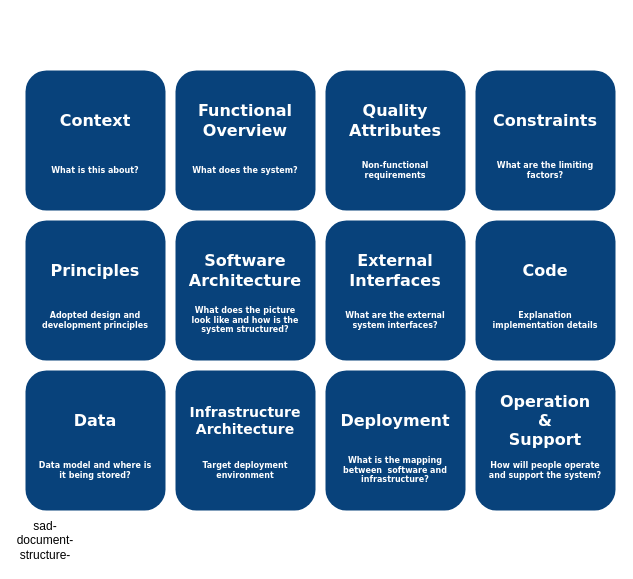
soartech/jsoar keeps this draw.io diagram as page "sad-document-structure" (1 of 2) of docs/images/sad.drawio. Above is the earlier version. Source tidied: cells renumbered, new cells numbered last; positions are measured from the earlier drawing's top-left corner, leaving out a move shared by most shapes. Both pictures are drawn from the tidied source at 100%, with x=0, y=0 at pixel (25, 17).
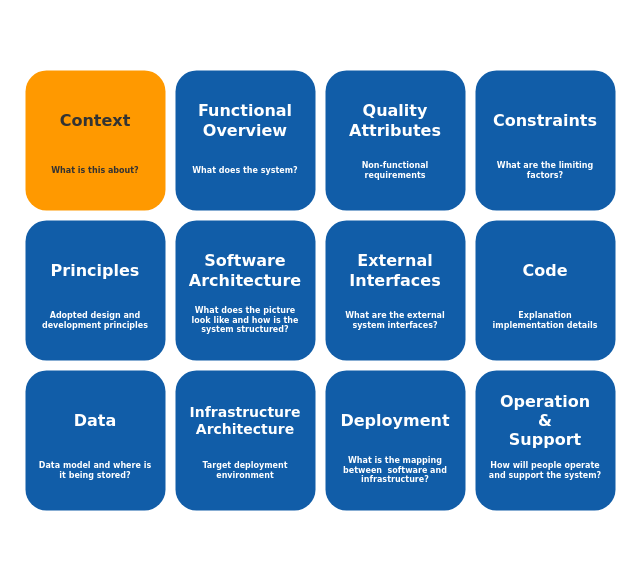
After the change.

Commit message:
Experimenting with house colors for documentation

Unchanged cells that the change refers to:
```xml
<mxCell id="8" style="group;" parent="1" vertex="1">
  <mxGeometry x="150" y="53" width="140" height="140" as="geometry" />
</mxCell>
<mxCell id="12" style="group;" parent="1" vertex="1">
  <mxGeometry x="300" y="53" width="140" height="140" as="geometry" />
</mxCell>
<mxCell id="16" style="group;" parent="1" vertex="1">
  <mxGeometry x="450" y="53" width="140" height="140" as="geometry" />
</mxCell>
<mxCell id="20" style="group;" parent="1" vertex="1">
  <mxGeometry y="203" width="140" height="140" as="geometry" />
</mxCell>
<mxCell id="24" style="group;" parent="1" vertex="1">
  <mxGeometry x="150" y="203" width="140" height="140" as="geometry" />
</mxCell>
<mxCell id="28" style="group;" parent="1" vertex="1">
  <mxGeometry x="300" y="203" width="140" height="140" as="geometry" />
</mxCell>
<mxCell id="32" style="group;" parent="1" vertex="1">
  <mxGeometry x="450" y="203" width="140" height="140" as="geometry" />
</mxCell>
<mxCell id="36" style="group;" parent="1" vertex="1">
  <mxGeometry y="353" width="140" height="140" as="geometry" />
</mxCell>
<mxCell id="40" style="group;" parent="1" vertex="1">
  <mxGeometry x="150" y="353" width="140" height="140" as="geometry" />
</mxCell>
<mxCell id="44" style="group;" parent="1" vertex="1">
  <mxGeometry x="300" y="353" width="140" height="140" as="geometry" />
</mxCell>
<mxCell id="48" style="group;" parent="1" vertex="1">
  <mxGeometry x="450" y="353" width="140" height="140" as="geometry" />
</mxCell>
```

What changed in the source:
```diff
@@
-    <mxCell id="3" value="sad-document-structure-" style="text;html=1;strokeColor=none;fillColor=none;align=center;verticalAlign=middle;whiteSpace=wrap;rounded=0;" parent="1" vertex="1">
-      <mxGeometry y="513" width="40" height="20" as="geometry" />
-    </mxCell>
-    <mxCell id="4" style="group;" parent="1" vertex="1">
+    <mxCell id="4" style="group;sketch=1;" parent="1" vertex="1">
       <mxGeometry y="53" width="140" height="140" as="geometry" />
     </mxCell>
-    <mxCell id="5" style="whiteSpace=wrap;html=1;fontColor=#FFFFFF;fillColor=#08427B;fontFamily=Verdana;fontStyle=1;rounded=1;strokeColor=none;" parent="4" vertex="1">
+    <mxCell id="5" style="whiteSpace=wrap;html=1;fontColor=#FFFFFF;fontFamily=Verdana;fontStyle=1;rounded=1;strokeColor=none;fillColor=#FF9900;sketch=0;" parent="4" vertex="1">
       <mxGeometry width="140" height="140" as="geometry" />
     </mxCell>
-    <mxCell id="6" value="Context" style="text;html=1;strokeColor=none;fillColor=none;align=center;verticalAlign=middle;whiteSpace=wrap;rounded=0;shadow=0;glass=0;comic=0;fontFamily=Verdana;fontColor=#FFFFFF;fontStyle=1;fontSize=16;" parent="4" vertex="1">
+    <mxCell id="6" value="Context" style="text;html=1;strokeColor=none;fillColor=none;align=center;verticalAlign=middle;whiteSpace=wrap;rounded=0;shadow=0;glass=0;comic=0;fontFamily=Verdana;fontStyle=1;fontSize=16;fontColor=#333333;" parent="4" vertex="1">
       <mxGeometry x="10" y="20" width="120" height="60" as="geometry" />
     </mxCell>
-    <mxCell id="7" value="What is this about?" style="text;html=1;strokeColor=none;fillColor=none;align=center;verticalAlign=middle;whiteSpace=wrap;rounded=0;shadow=0;glass=0;comic=0;fontFamily=Verdana;fontSize=8;fontColor=#FFFFFF;fontStyle=1;" parent="4" vertex="1">
+    <mxCell id="7" value="What is this about?" style="text;html=1;strokeColor=none;fillColor=none;align=center;verticalAlign=middle;whiteSpace=wrap;rounded=0;shadow=0;glass=0;comic=0;fontFamily=Verdana;fontSize=8;fontStyle=1;fontColor=#333333;" parent="4" vertex="1">
       <mxGeometry x="10" y="80" width="120" height="40" as="geometry" />
     </mxCell>
@@
-    <mxCell id="9" style="whiteSpace=wrap;html=1;fontColor=#FFFFFF;fillColor=#08427B;fontFamily=Verdana;fontStyle=1;rounded=1;strokeColor=none;glass=0;comic=0;shadow=0;gradientColor=none;" parent="8" vertex="1">
+    <mxCell id="9" style="whiteSpace=wrap;html=1;fontColor=#FFFFFF;fontFamily=Verdana;fontStyle=1;rounded=1;strokeColor=none;glass=0;comic=0;shadow=0;gradientColor=none;fillColor=#115DA8;" parent="8" vertex="1">
       <mxGeometry width="140" height="140" as="geometry" />
     </mxCell>
@@
-    <mxCell id="13" style="whiteSpace=wrap;html=1;fontColor=#FFFFFF;fillColor=#08427B;fontFamily=Verdana;fontStyle=1;rounded=1;strokeColor=none;glass=0;comic=0;shadow=0;gradientColor=none;" parent="12" vertex="1">
+    <mxCell id="13" style="whiteSpace=wrap;html=1;fontColor=#FFFFFF;fontFamily=Verdana;fontStyle=1;rounded=1;strokeColor=none;glass=0;comic=0;shadow=0;gradientColor=none;fillColor=#115DA8;" parent="12" vertex="1">
       <mxGeometry width="140" height="140" as="geometry" />
     </mxCell>
@@
-    <mxCell id="17" style="whiteSpace=wrap;html=1;fontColor=#FFFFFF;fillColor=#08427B;fontFamily=Verdana;fontStyle=1;rounded=1;strokeColor=none;glass=0;comic=0;shadow=0;gradientColor=none;" parent="16" vertex="1">
+    <mxCell id="17" style="whiteSpace=wrap;html=1;fontColor=#FFFFFF;fontFamily=Verdana;fontStyle=1;rounded=1;strokeColor=none;glass=0;comic=0;shadow=0;gradientColor=none;fillColor=#115DA8;" parent="16" vertex="1">
       <mxGeometry width="140" height="140" as="geometry" />
     </mxCell>
@@
-    <mxCell id="21" style="whiteSpace=wrap;html=1;fontColor=#FFFFFF;fillColor=#08427B;fontFamily=Verdana;fontStyle=1;rounded=1;strokeColor=none;" parent="20" vertex="1">
+    <mxCell id="21" style="whiteSpace=wrap;html=1;fontColor=#FFFFFF;fontFamily=Verdana;fontStyle=1;rounded=1;strokeColor=none;fillColor=#115DA8;sketch=0;glass=0;shadow=0;" parent="20" vertex="1">
       <mxGeometry width="140" height="140" as="geometry" />
     </mxCell>
@@
-    <mxCell id="25" style="whiteSpace=wrap;html=1;fontColor=#FFFFFF;fillColor=#08427B;fontFamily=Verdana;fontStyle=1;rounded=1;strokeColor=none;" parent="24" vertex="1">
+    <mxCell id="25" style="whiteSpace=wrap;html=1;fontColor=#FFFFFF;fontFamily=Verdana;fontStyle=1;rounded=1;strokeColor=none;fillColor=#115DA8;" parent="24" vertex="1">
       <mxGeometry width="140" height="140" as="geometry" />
     </mxCell>
@@
-    <mxCell id="29" style="whiteSpace=wrap;html=1;fontColor=#FFFFFF;fillColor=#08427B;fontFamily=Verdana;fontStyle=1;rounded=1;strokeColor=none;" parent="28" vertex="1">
+    <mxCell id="29" style="whiteSpace=wrap;html=1;fontColor=#FFFFFF;fontFamily=Verdana;fontStyle=1;rounded=1;strokeColor=none;fillColor=#115DA8;" parent="28" vertex="1">
       <mxGeometry width="140" height="140" as="geometry" />
     </mxCell>
@@
-    <mxCell id="33" style="whiteSpace=wrap;html=1;fontColor=#FFFFFF;fillColor=#08427B;fontFamily=Verdana;fontStyle=1;rounded=1;strokeColor=none;" parent="32" vertex="1">
+    <mxCell id="33" style="whiteSpace=wrap;html=1;fontColor=#FFFFFF;fontFamily=Verdana;fontStyle=1;rounded=1;strokeColor=none;fillColor=#115DA8;" parent="32" vertex="1">
       <mxGeometry width="140" height="140" as="geometry" />
     </mxCell>
@@
-    <mxCell id="37" style="whiteSpace=wrap;html=1;fontColor=#FFFFFF;fillColor=#08427B;fontFamily=Verdana;fontStyle=1;rounded=1;strokeColor=none;" parent="36" vertex="1">
+    <mxCell id="37" style="whiteSpace=wrap;html=1;fontColor=#FFFFFF;fontFamily=Verdana;fontStyle=1;rounded=1;strokeColor=none;fillColor=#115DA8;" parent="36" vertex="1">
       <mxGeometry width="140" height="140" as="geometry" />
     </mxCell>
@@
-    <mxCell id="41" style="whiteSpace=wrap;html=1;fontColor=#FFFFFF;fillColor=#08427B;fontFamily=Verdana;fontStyle=1;rounded=1;strokeColor=none;" parent="40" vertex="1">
+    <mxCell id="41" style="whiteSpace=wrap;html=1;fontColor=#FFFFFF;fontFamily=Verdana;fontStyle=1;rounded=1;strokeColor=none;fillColor=#115DA8;" parent="40" vertex="1">
       <mxGeometry width="140" height="140" as="geometry" />
     </mxCell>
@@
-    <mxCell id="45" style="whiteSpace=wrap;html=1;fontColor=#FFFFFF;fillColor=#08427B;fontFamily=Verdana;fontStyle=1;rounded=1;strokeColor=none;" parent="44" vertex="1">
+    <mxCell id="45" style="whiteSpace=wrap;html=1;fontColor=#FFFFFF;fontFamily=Verdana;fontStyle=1;rounded=1;strokeColor=none;fillColor=#115DA8;" parent="44" vertex="1">
       <mxGeometry width="140" height="140" as="geometry" />
     </mxCell>
@@
-    <mxCell id="49" style="whiteSpace=wrap;html=1;fontColor=#FFFFFF;fillColor=#08427B;fontFamily=Verdana;fontStyle=1;rounded=1;strokeColor=none;" parent="48" vertex="1">
+    <mxCell id="49" style="whiteSpace=wrap;html=1;fontColor=#FFFFFF;fontFamily=Verdana;fontStyle=1;rounded=1;strokeColor=none;fillColor=#115DA8;" parent="48" vertex="1">
       <mxGeometry width="140" height="140" as="geometry" />
     </mxCell>
```
